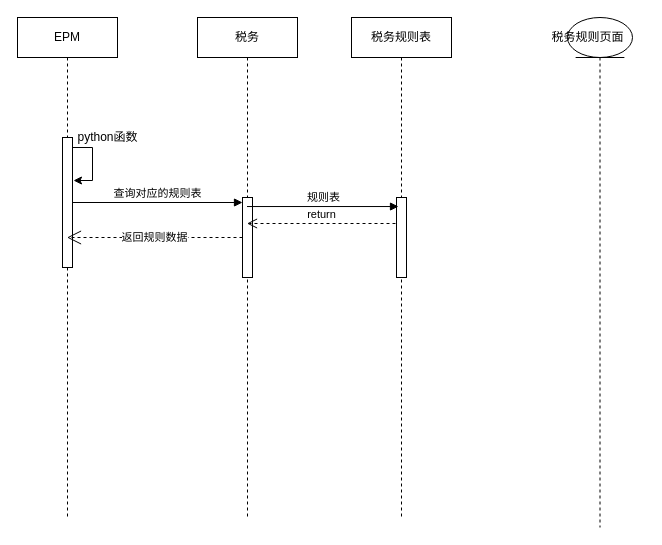
This is POC.drawio from sensezhang/draw, a draw.io file, before an edit. Source tidied: cells renumbered, new cells numbered last; positions are measured from the earlier drawing's top-left corner, leaving out a move shared by most shapes. Both pictures are drawn from the tidied source at 100%, with x=0, y=0 at pixel (17, 17).
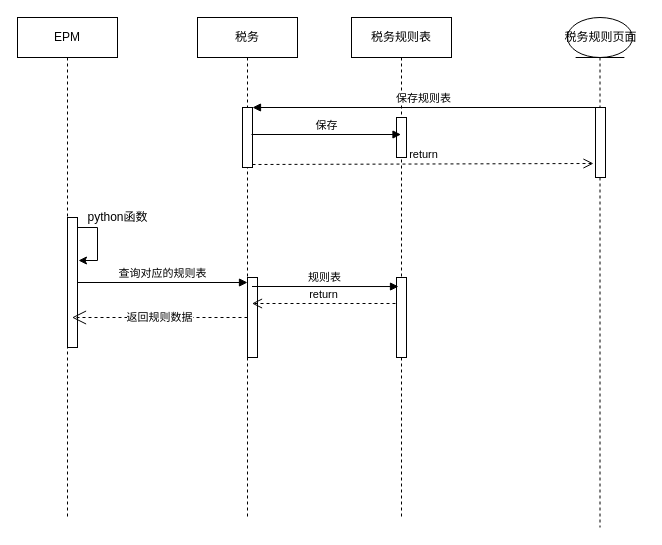
The same diagram, later.

Unchanged cells that the change refers to:
```xml
<mxCell id="2" value="税务" style="shape=umlLifeline;perimeter=lifelinePerimeter;whiteSpace=wrap;html=1;outlineConnect=0;" parent="1" vertex="1">
  <mxGeometry x="180" width="100" height="500" as="geometry" />
</mxCell>
<mxCell id="4" value="EPM" style="shape=umlLifeline;perimeter=lifelinePerimeter;whiteSpace=wrap;html=1;outlineConnect=0;" parent="1" vertex="1">
  <mxGeometry width="100" height="500" as="geometry" />
</mxCell>
<mxCell id="10" value="税务规则表" style="shape=umlLifeline;perimeter=lifelinePerimeter;whiteSpace=wrap;html=1;outlineConnect=0;" parent="1" vertex="1">
  <mxGeometry x="334" width="100" height="500" as="geometry" />
</mxCell>
<mxCell id="15" style="shape=umlLifeline;participant=umlEntity;perimeter=lifelinePerimeter;whiteSpace=wrap;html=1;verticalAlign=top;spacingTop=36;" parent="1" vertex="1">
  <mxGeometry x="550" width="65" height="510" as="geometry" />
</mxCell>
```

What changed in the source:
```diff
@@
     <mxCell id="3" style="html=1;points=[];perimeter=orthogonalPerimeter;" parent="2" vertex="1">
-      <mxGeometry x="45" y="180" width="10" height="80" as="geometry" />
+      <mxGeometry x="50" y="260" width="10" height="80" as="geometry" />
     </mxCell>
+    <mxCell id="17" style="html=1;points=[];perimeter=orthogonalPerimeter;" parent="2" vertex="1">
+      <mxGeometry x="45" y="90" width="10" height="60" as="geometry" />
+    </mxCell>
@@
     <mxCell id="5" style="html=1;points=[];perimeter=orthogonalPerimeter;" parent="4" vertex="1">
-      <mxGeometry x="45" y="120" width="10" height="130" as="geometry" />
+      <mxGeometry x="50" y="200" width="10" height="130" as="geometry" />
     </mxCell>
     <mxCell id="6" style="edgeStyle=orthogonalEdgeStyle;rounded=0;jettySize=auto;html=1;" parent="4" edge="1" source="5">
       <mxGeometry relative="1" as="geometry">
-        <mxPoint x="56" y="163" as="targetPoint" />
+        <mxPoint x="61" y="243" as="targetPoint" />
         <Array as="points">
-          <mxPoint x="75" y="130" />
-          <mxPoint x="75" y="163" />
+          <mxPoint x="80" y="210" />
+          <mxPoint x="80" y="243" />
         </Array>
       </mxGeometry>
     </mxCell>
@@
-    <mxCell id="8" value="返回规则数据" style="endArrow=open;endSize=12;dashed=1;html=1;" parent="1" edge="1" source="3" target="4">
-      <mxGeometry relative="1" as="geometry" />
+    <mxCell id="8" value="返回规则数据" style="endArrow=open;endSize=12;dashed=1;html=1;" parent="1" edge="1" source="3">
+      <mxGeometry relative="1" as="geometry">
+        <mxPoint x="54.5" y="300" as="targetPoint" />
+      </mxGeometry>
     </mxCell>
     <mxCell id="9" value="python函数" style="text;html=1;align=center;verticalAlign=middle;" parent="1" vertex="1">
-      <mxGeometry x="50" y="110" width="80" height="20" as="geometry" />
+      <mxGeometry x="60" y="190" width="80" height="20" as="geometry" />
     </mxCell>
@@
-    <mxCell id="11" style="html=1;perimeter=orthogonalPerimeter;" parent="10" vertex="1">
-      <mxGeometry x="45" y="180" width="10" height="80" as="geometry" />
-    </mxCell>
     <mxCell id="12" style="html=1;points=[];perimeter=orthogonalPerimeter;" parent="10" vertex="1">
-      <mxGeometry x="45" y="180" width="10" height="80" as="geometry" />
+      <mxGeometry x="45" y="260" width="10" height="80" as="geometry" />
     </mxCell>
+    <mxCell id="18" style="html=1;perimeter=orthogonalPerimeter;" parent="10" vertex="1">
+      <mxGeometry x="45" y="100" width="10" height="40" as="geometry" />
+    </mxCell>
-    <mxCell id="13" value="规则表" style="html=1;verticalAlign=bottom;endArrow=block;entryX=0.2;entryY=0.113;entryDx=0;entryDy=0;entryPerimeter=0;" parent="1" edge="1" source="2" target="12">
-      <mxGeometry relative="1" as="geometry" />
+    <mxCell id="13" value="规则表" style="html=1;verticalAlign=bottom;endArrow=block;entryX=0.2;entryY=0.113;entryDx=0;entryDy=0;entryPerimeter=0;" parent="1" edge="1" target="12">
+      <mxGeometry relative="1" as="geometry">
+        <mxPoint x="234.5" y="269" as="sourcePoint" />
+      </mxGeometry>
     </mxCell>
-    <mxCell id="14" value="return" style="html=1;verticalAlign=bottom;endArrow=open;dashed=1;endSize=8;exitX=-0.1;exitY=0.325;exitDx=0;exitDy=0;exitPerimeter=0;" parent="1" edge="1" source="12" target="2">
-      <mxGeometry relative="1" as="geometry" />
+    <mxCell id="14" value="return" style="html=1;verticalAlign=bottom;endArrow=open;dashed=1;endSize=8;exitX=-0.1;exitY=0.325;exitDx=0;exitDy=0;exitPerimeter=0;" parent="1" edge="1" source="12">
+      <mxGeometry relative="1" as="geometry">
+        <mxPoint x="234.5" y="286" as="targetPoint" />
+      </mxGeometry>
     </mxCell>
@@
     <mxCell id="16" value="税务规则页面" style="text;html=1;align=center;verticalAlign=middle;" parent="15" vertex="1">
-      <mxGeometry x="-25" y="10" width="90" height="20" as="geometry" />
+      <mxGeometry x="-12.5" y="10" width="90" height="20" as="geometry" />
     </mxCell>
+    <mxCell id="19" style="html=1;points=[];perimeter=orthogonalPerimeter;" parent="15" vertex="1">
+      <mxGeometry x="28" y="90" width="10" height="70" as="geometry" />
+    </mxCell>
+    <mxCell id="20" value="保存规则表" style="html=1;verticalAlign=bottom;endArrow=block;entryX=1;entryY=0;" parent="1" edge="1" source="19" target="17">
+      <mxGeometry relative="1" as="geometry" />
+    </mxCell>
+    <mxCell id="21" value="return" style="html=1;verticalAlign=bottom;endArrow=open;dashed=1;endSize=8;exitX=1;exitY=0.95;entryX=-0.2;entryY=0.8;entryDx=0;entryDy=0;entryPerimeter=0;" parent="1" edge="1" source="17" target="19">
+      <mxGeometry relative="1" as="geometry" />
+    </mxCell>
+    <mxCell id="22" value="保存" style="html=1;verticalAlign=bottom;endArrow=block;exitX=0.9;exitY=0.45;exitDx=0;exitDy=0;exitPerimeter=0;" parent="1" edge="1" source="17" target="10">
+      <mxGeometry relative="1" as="geometry" />
+    </mxCell>
```
